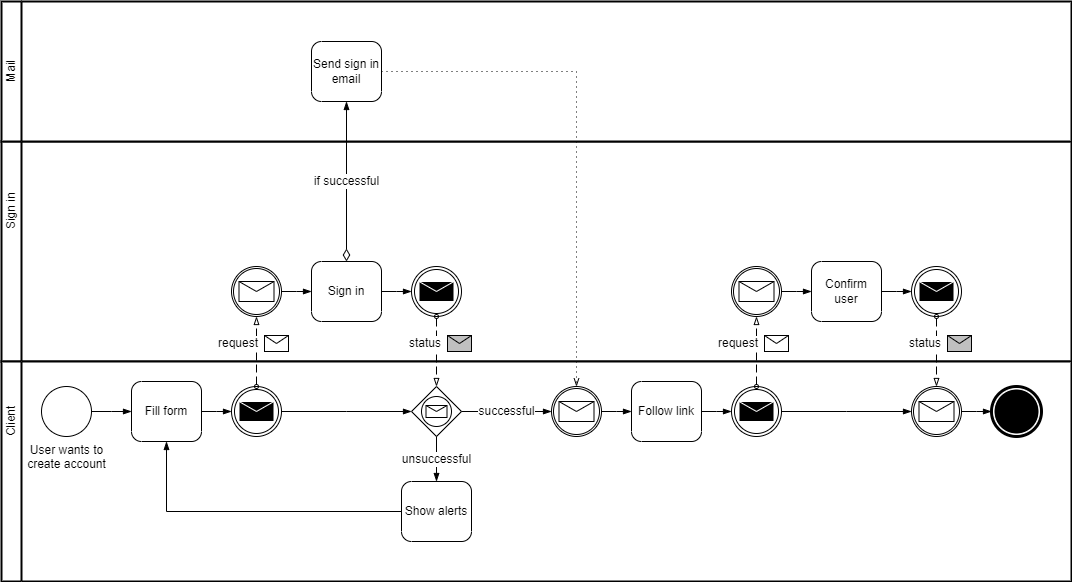
Above: .gitbook/assets/sign_up_bpmn.drawio.png in Bernardo-MG/development-docs-architecture (draw.io), before the change. Source tidied: cells renumbered, new cells last; positions are measured from the earlier drawing's top-left corner, leaving out a move shared by most shapes.
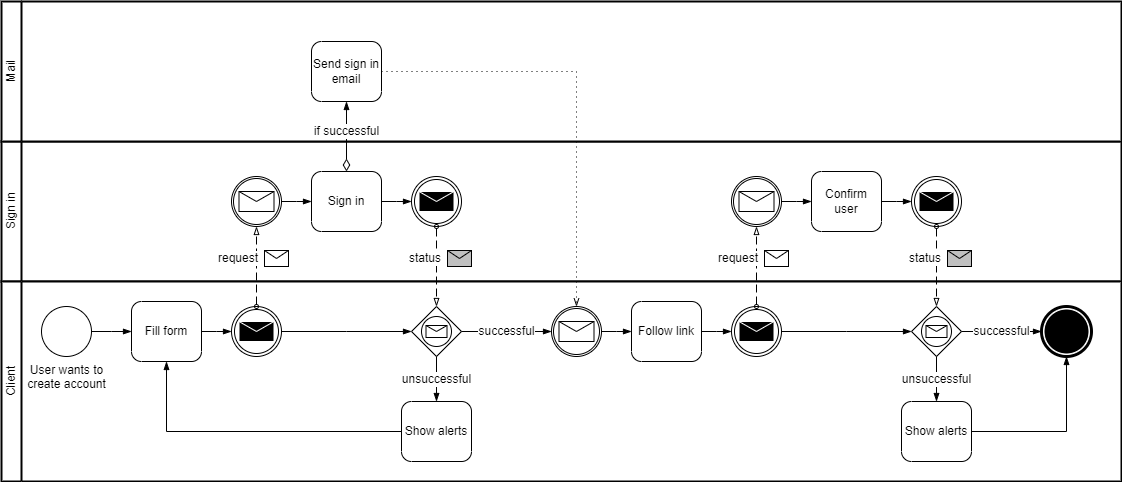
After the change.

The edit, as a diff of the source:
```diff
@@ -3,7 +3,7 @@
     <mxCell id="0" />
     <mxCell id="1" parent="0" />
     <mxCell id="2" style="swimlane;html=1;startSize=20;fontStyle=0;horizontal=0;swimlaneLine=1;swimlaneFillColor=#ffffff;strokeWidth=2;whiteSpace=wrap;" parent="1" vertex="1">
-      <mxGeometry y="140" width="1070" height="220" as="geometry" />
+      <mxGeometry y="140" width="1120" height="140" as="geometry" />
     </mxCell>
     <object id="3" label="Sign in" name="Variable" placeholders="1">
       <mxCell style="text;html=1;strokeColor=none;fillColor=none;align=center;verticalAlign=middle;whiteSpace=wrap;overflow=hidden;horizontal=0;" parent="2" vertex="1">
@@ -11,13 +11,13 @@
       </mxCell>
     </object>
     <mxCell id="4" value="Sign in" style="points=[[0.25,0,0],[0.5,0,0],[0.75,0,0],[1,0.25,0],[1,0.5,0],[1,0.75,0],[0.75,1,0],[0.5,1,0],[0.25,1,0],[0,0.75,0],[0,0.5,0],[0,0.25,0]];shape=mxgraph.bpmn.task;whiteSpace=wrap;rectStyle=rounded;size=10;html=1;taskMarker=abstract;" parent="2" vertex="1">
-      <mxGeometry x="310" y="120" width="70" height="60" as="geometry" />
+      <mxGeometry x="310" y="30" width="70" height="60" as="geometry" />
     </mxCell>
     <mxCell id="5" style="points=[[0.145,0.145,0],[0.5,0,0],[0.855,0.145,0],[1,0.5,0],[0.855,0.855,0],[0.5,1,0],[0.145,0.855,0],[0,0.5,0]];shape=mxgraph.bpmn.event;html=1;verticalLabelPosition=bottom;labelBackgroundColor=#ffffff;verticalAlign=top;align=center;perimeter=ellipsePerimeter;outlineConnect=0;outline=throwing;symbol=message;" parent="2" vertex="1">
-      <mxGeometry x="410" y="125" width="50" height="50" as="geometry" />
+      <mxGeometry x="410" y="35" width="50" height="50" as="geometry" />
     </mxCell>
     <mxCell id="6" style="points=[[0.145,0.145,0],[0.5,0,0],[0.855,0.145,0],[1,0.5,0],[0.855,0.855,0],[0.5,1,0],[0.145,0.855,0],[0,0.5,0]];shape=mxgraph.bpmn.event;html=1;verticalLabelPosition=bottom;labelBackgroundColor=#ffffff;verticalAlign=top;align=center;perimeter=ellipsePerimeter;outlineConnect=0;outline=catching;symbol=message;" parent="2" vertex="1">
-      <mxGeometry x="230" y="125" width="50" height="50" as="geometry" />
+      <mxGeometry x="230" y="35" width="50" height="50" as="geometry" />
     </mxCell>
     <mxCell id="7" style="edgeStyle=elbowEdgeStyle;fontSize=12;html=1;endArrow=blockThin;endFill=1;rounded=0;exitX=1;exitY=0.5;exitDx=0;exitDy=0;exitPerimeter=0;entryX=0;entryY=0.5;entryDx=0;entryDy=0;entryPerimeter=0;" parent="2" edge="1" source="6" target="4">
       <mxGeometry relative="1" as="geometry" />
@@ -26,16 +26,16 @@
       <mxGeometry relative="1" as="geometry" />
     </mxCell>
     <mxCell id="9" style="points=[[0.145,0.145,0],[0.5,0,0],[0.855,0.145,0],[1,0.5,0],[0.855,0.855,0],[0.5,1,0],[0.145,0.855,0],[0,0.5,0]];shape=mxgraph.bpmn.event;html=1;verticalLabelPosition=bottom;labelBackgroundColor=#ffffff;verticalAlign=top;align=center;perimeter=ellipsePerimeter;outlineConnect=0;outline=catching;symbol=message;" parent="2" vertex="1">
-      <mxGeometry x="730" y="125" width="50" height="50" as="geometry" />
+      <mxGeometry x="730" y="35" width="50" height="50" as="geometry" />
     </mxCell>
     <mxCell id="10" value="Confirm user" style="points=[[0.25,0,0],[0.5,0,0],[0.75,0,0],[1,0.25,0],[1,0.5,0],[1,0.75,0],[0.75,1,0],[0.5,1,0],[0.25,1,0],[0,0.75,0],[0,0.5,0],[0,0.25,0]];shape=mxgraph.bpmn.task;whiteSpace=wrap;rectStyle=rounded;size=10;html=1;taskMarker=abstract;" parent="2" vertex="1">
-      <mxGeometry x="810" y="120" width="70" height="60" as="geometry" />
+      <mxGeometry x="810" y="30" width="70" height="60" as="geometry" />
     </mxCell>
     <mxCell id="11" style="edgeStyle=elbowEdgeStyle;fontSize=12;html=1;endArrow=blockThin;endFill=1;rounded=0;exitX=1;exitY=0.5;exitDx=0;exitDy=0;exitPerimeter=0;entryX=0;entryY=0.5;entryDx=0;entryDy=0;entryPerimeter=0;" parent="2" edge="1" source="9" target="10">
       <mxGeometry relative="1" as="geometry" />
     </mxCell>
     <mxCell id="12" style="points=[[0.145,0.145,0],[0.5,0,0],[0.855,0.145,0],[1,0.5,0],[0.855,0.855,0],[0.5,1,0],[0.145,0.855,0],[0,0.5,0]];shape=mxgraph.bpmn.event;html=1;verticalLabelPosition=bottom;labelBackgroundColor=#ffffff;verticalAlign=top;align=center;perimeter=ellipsePerimeter;outlineConnect=0;outline=throwing;symbol=message;" parent="2" vertex="1">
-      <mxGeometry x="910" y="125" width="50" height="50" as="geometry" />
+      <mxGeometry x="910" y="35" width="50" height="50" as="geometry" />
     </mxCell>
     <mxCell id="13" style="shape=mxgraph.bpmn.gateway2;html=1;verticalLabelPosition=bottom;labelBackgroundColor=#ffffff;verticalAlign=top;align=center;perimeter=rhombusPerimeter;outline=standard;symbol=message;" parent="2" vertex="1">
       <mxGeometry x="910" y="250" width="50" height="50" as="geometry" />
@@ -44,11 +44,11 @@
       <mxGeometry relative="1" as="geometry" />
     </mxCell>
     <mxCell id="15" style="swimlane;html=1;startSize=20;fontStyle=0;horizontal=0;swimlaneLine=1;swimlaneFillColor=#ffffff;strokeWidth=2;whiteSpace=wrap;" parent="1" vertex="1">
-      <mxGeometry y="360" width="1070" height="220" as="geometry" />
+      <mxGeometry y="280" width="1120" height="200" as="geometry" />
     </mxCell>
     <object id="16" label="Client" name="Variable" placeholders="1">
       <mxCell style="text;html=1;strokeColor=none;fillColor=none;align=center;verticalAlign=middle;whiteSpace=wrap;overflow=hidden;horizontal=0;" parent="15" vertex="1">
-        <mxGeometry y="10" width="20" height="100" as="geometry" />
+        <mxGeometry y="10" width="20" height="180" as="geometry" />
       </mxCell>
     </object>
     <mxCell id="17" value="User wants to&lt;br&gt;create account" style="points=[[0.145,0.145,0],[0.5,0,0],[0.855,0.145,0],[1,0.5,0],[0.855,0.855,0],[0.5,1,0],[0.145,0.855,0],[0,0.5,0]];shape=mxgraph.bpmn.event;html=1;verticalLabelPosition=bottom;labelBackgroundColor=#ffffff;verticalAlign=top;align=center;perimeter=ellipsePerimeter;outlineConnect=0;outline=standard;symbol=general;" parent="15" vertex="1">
@@ -100,23 +100,36 @@
     <mxCell id="31" style="edgeStyle=elbowEdgeStyle;fontSize=12;html=1;endArrow=blockThin;endFill=1;rounded=0;exitX=1;exitY=0.5;exitDx=0;exitDy=0;exitPerimeter=0;entryX=0;entryY=0.5;entryDx=0;entryDy=0;entryPerimeter=0;" parent="15" edge="1" source="28" target="30">
       <mxGeometry relative="1" as="geometry" />
     </mxCell>
-    <mxCell id="32" style="points=[[0.145,0.145,0],[0.5,0,0],[0.855,0.145,0],[1,0.5,0],[0.855,0.855,0],[0.5,1,0],[0.145,0.855,0],[0,0.5,0]];shape=mxgraph.bpmn.event;html=1;verticalLabelPosition=bottom;labelBackgroundColor=#ffffff;verticalAlign=top;align=center;perimeter=ellipsePerimeter;outlineConnect=0;outline=catching;symbol=message;" parent="15" vertex="1">
-      <mxGeometry x="910" y="25" width="50" height="50" as="geometry" />
-    </mxCell>
-    <mxCell id="33" style="edgeStyle=elbowEdgeStyle;fontSize=12;html=1;endArrow=blockThin;endFill=1;rounded=0;exitX=1;exitY=0.5;exitDx=0;exitDy=0;exitPerimeter=0;entryX=0;entryY=0.5;entryDx=0;entryDy=0;entryPerimeter=0;" parent="15" edge="1" source="30" target="32">
+    <mxCell id="33" style="edgeStyle=elbowEdgeStyle;fontSize=12;html=1;endArrow=blockThin;endFill=1;rounded=0;exitX=1;exitY=0.5;exitDx=0;exitDy=0;exitPerimeter=0;entryX=0;entryY=0.5;entryDx=0;entryDy=0;entryPerimeter=0;" parent="15" edge="1" source="30" target="50">
       <mxGeometry relative="1" as="geometry" />
     </mxCell>
     <mxCell id="34" style="edgeStyle=elbowEdgeStyle;fontSize=12;html=1;endArrow=blockThin;endFill=1;rounded=0;exitX=1;exitY=0.5;exitDx=0;exitDy=0;exitPerimeter=0;entryX=0;entryY=0.5;entryDx=0;entryDy=0;entryPerimeter=0;" parent="15" edge="1" source="21" target="23">
       <mxGeometry relative="1" as="geometry" />
     </mxCell>
     <mxCell id="35" style="points=[[0.145,0.145,0],[0.5,0,0],[0.855,0.145,0],[1,0.5,0],[0.855,0.855,0],[0.5,1,0],[0.145,0.855,0],[0,0.5,0]];shape=mxgraph.bpmn.event;html=1;verticalLabelPosition=bottom;labelBackgroundColor=#ffffff;verticalAlign=top;align=center;perimeter=ellipsePerimeter;outlineConnect=0;outline=end;symbol=terminate;" parent="15" vertex="1">
-      <mxGeometry x="990" y="25" width="50" height="50" as="geometry" />
+      <mxGeometry x="1040" y="25" width="50" height="50" as="geometry" />
     </mxCell>
-    <mxCell id="36" style="edgeStyle=elbowEdgeStyle;fontSize=12;html=1;endArrow=blockThin;endFill=1;rounded=0;exitX=1;exitY=0.5;exitDx=0;exitDy=0;exitPerimeter=0;entryX=0;entryY=0.5;entryDx=0;entryDy=0;entryPerimeter=0;" parent="15" edge="1" source="32" target="35">
-      <mxGeometry relative="1" as="geometry" />
-    </mxCell>
+    <mxCell id="50" style="points=[[0.25,0.25,0],[0.5,0,0],[0.75,0.25,0],[1,0.5,0],[0.75,0.75,0],[0.5,1,0],[0.25,0.75,0],[0,0.5,0]];shape=mxgraph.bpmn.gateway2;html=1;verticalLabelPosition=bottom;labelBackgroundColor=#ffffff;verticalAlign=top;align=center;perimeter=rhombusPerimeter;outlineConnect=0;outline=standard;symbol=message;" parent="15" vertex="1">
+      <mxGeometry x="910" y="25" width="50" height="50" as="geometry" />
+    </mxCell>
+    <mxCell id="51" value="Show alerts" style="points=[[0.25,0,0],[0.5,0,0],[0.75,0,0],[1,0.25,0],[1,0.5,0],[1,0.75,0],[0.75,1,0],[0.5,1,0],[0.25,1,0],[0,0.75,0],[0,0.5,0],[0,0.25,0]];shape=mxgraph.bpmn.task;whiteSpace=wrap;rectStyle=rounded;size=10;html=1;taskMarker=abstract;" parent="15" vertex="1">
+      <mxGeometry x="900" y="120" width="70" height="60" as="geometry" />
+    </mxCell>
+    <mxCell id="52" value="unsuccessful" style="edgeStyle=elbowEdgeStyle;fontSize=12;html=1;endArrow=blockThin;endFill=1;rounded=0;exitX=0.5;exitY=1;exitDx=0;exitDy=0;exitPerimeter=0;entryX=0.5;entryY=0;entryDx=0;entryDy=0;entryPerimeter=0;" parent="15" edge="1" source="50" target="51">
+      <mxGeometry relative="1" as="geometry" />
+    </mxCell>
+    <mxCell id="53" value="successful" style="edgeStyle=elbowEdgeStyle;fontSize=12;html=1;endArrow=blockThin;endFill=1;rounded=0;entryX=0;entryY=0.5;entryDx=0;entryDy=0;entryPerimeter=0;exitX=1;exitY=0.5;exitDx=0;exitDy=0;exitPerimeter=0;" parent="15" edge="1" source="50" target="35">
+      <mxGeometry relative="1" as="geometry" />
+    </mxCell>
+    <mxCell id="54" style="edgeStyle=elbowEdgeStyle;fontSize=12;html=1;endArrow=blockThin;endFill=1;rounded=0;exitX=1;exitY=0.5;exitDx=0;exitDy=0;exitPerimeter=0;entryX=0.5;entryY=1;entryDx=0;entryDy=0;entryPerimeter=0;" parent="15" edge="1" source="51" target="35">
+      <mxGeometry relative="1" as="geometry">
+        <Array as="points">
+          <mxPoint x="1065" y="130" />
+        </Array>
+      </mxGeometry>
+    </mxCell>
     <mxCell id="37" style="swimlane;html=1;startSize=20;fontStyle=0;horizontal=0;swimlaneLine=1;swimlaneFillColor=#ffffff;strokeWidth=2;whiteSpace=wrap;" parent="1" vertex="1">
-      <mxGeometry width="1070" height="140" as="geometry" />
+      <mxGeometry width="1120" height="140" as="geometry" />
     </mxCell>
     <object id="38" label="Mail" name="Variable" placeholders="1">
       <mxCell style="text;html=1;strokeColor=none;fillColor=none;align=center;verticalAlign=middle;whiteSpace=wrap;overflow=hidden;horizontal=0;" parent="37" vertex="1">
@@ -143,14 +156,14 @@
       </mxGeometry>
     </mxCell>
     <mxCell id="44" value="if successful" style="edgeStyle=elbowEdgeStyle;fontSize=12;html=1;endArrow=blockThin;endFill=1;startArrow=diamondThin;startFill=0;endSize=6;startSize=10;rounded=0;exitX=0.5;exitY=0;exitDx=0;exitDy=0;exitPerimeter=0;entryX=0.5;entryY=1;entryDx=0;entryDy=0;entryPerimeter=0;" parent="1" edge="1" source="4" target="39">
-      <mxGeometry relative="1" as="geometry" />
+      <mxGeometry x="0.14" relative="1" as="geometry" />
     </mxCell>
     <mxCell id="45" style="edgeStyle=elbowEdgeStyle;fontSize=12;html=1;endFill=0;startFill=0;endSize=6;startSize=6;dashed=1;dashPattern=1 4;endArrow=openThin;startArrow=none;rounded=0;exitX=1;exitY=0.5;exitDx=0;exitDy=0;exitPerimeter=0;entryX=0.5;entryY=0;entryDx=0;entryDy=0;entryPerimeter=0;" parent="1" edge="1" source="39" target="27">
       <mxGeometry relative="1" as="geometry">
         <Array as="points">
-          <mxPoint x="575" y="280" />
-          <mxPoint x="570" y="280" />
-          <mxPoint x="685" y="280" />
+          <mxPoint x="575" y="200" />
+          <mxPoint x="570" y="200" />
+          <mxPoint x="685" y="200" />
         </Array>
       </mxGeometry>
     </mxCell>
@@ -162,7 +175,7 @@
         <mxPoint x="8" y="-16" as="offset" />
       </mxGeometry>
     </mxCell>
-    <mxCell id="48" style="endArrow=blockThin;html=1;labelPosition=left;verticalLabelPosition=middle;align=right;verticalAlign=middle;dashed=1;dashPattern=8 4;endFill=0;startArrow=oval;startFill=0;endSize=6;startSize=4;rounded=0;exitX=0.5;exitY=1;exitDx=0;exitDy=0;exitPerimeter=0;entryX=0.5;entryY=0;entryDx=0;entryDy=0;entryPerimeter=0;" parent="1" edge="1" source="12" target="32">
+    <mxCell id="48" style="endArrow=blockThin;html=1;labelPosition=left;verticalLabelPosition=middle;align=right;verticalAlign=middle;dashed=1;dashPattern=8 4;endFill=0;startArrow=oval;startFill=0;endSize=6;startSize=4;rounded=0;exitX=0.5;exitY=1;exitDx=0;exitDy=0;exitPerimeter=0;entryX=0.5;entryY=0;entryDx=0;entryDy=0;entryPerimeter=0;" parent="1" edge="1" source="12" target="50">
       <mxGeometry relative="1" as="geometry" />
     </mxCell>
     <mxCell id="49" value="status" style="shape=message;html=1;labelPosition=left;verticalLabelPosition=middle;align=right;verticalAlign=middle;spacingRight=5;labelBackgroundColor=#ffffff;fillColor=#C0C0C0;" parent="48" vertex="1">
```
